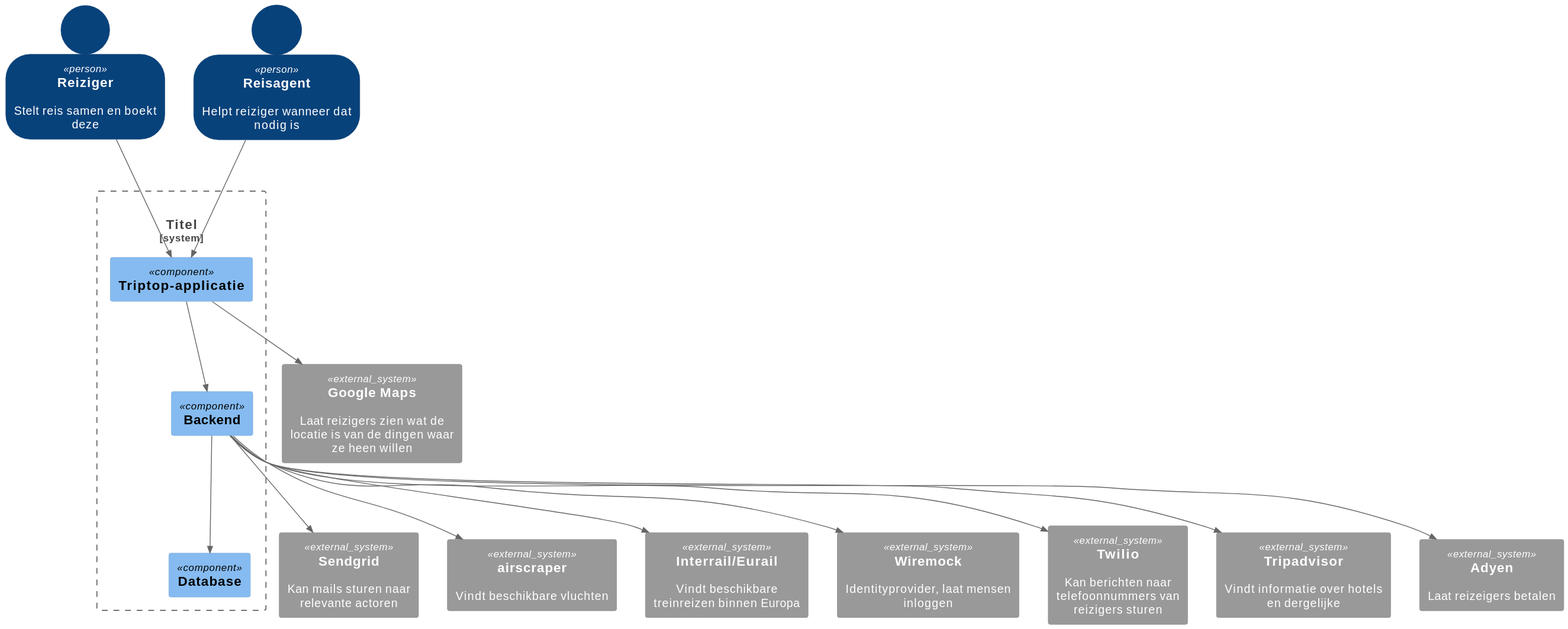
Above: Mike/Diagrammen/container_diagram-0.svg in AIM-ENE-feb25/triptop-dravende-dikdiks (PlantUML), before the change.
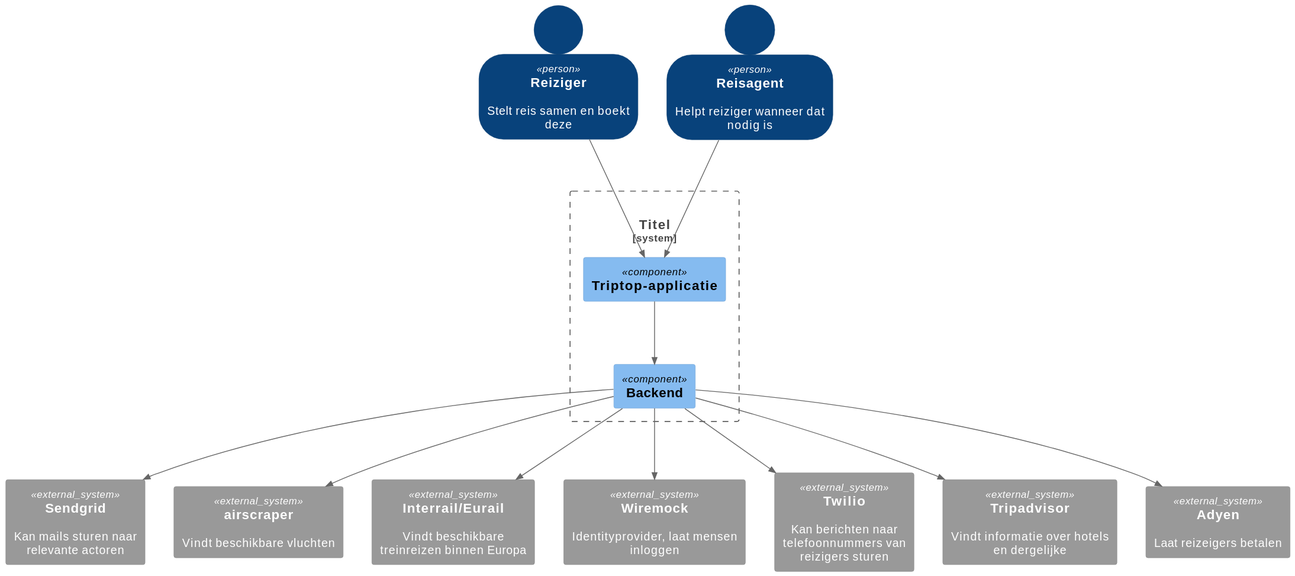
After the change.

The edit, as a diff of the source:
```diff
@@ -12,7 +12,6 @@
 System_Boundary("naam", "Titel"){
     Component("be", "Backend")
     Component("fe", "Triptop-applicatie")
-    Component("db", "Database")
 }
 
 System_Ext("sg", "Sendgrid", "Kan mails sturen naar relevante actoren")
@@ -22,13 +21,11 @@
 System_Ext("tw", "Twilio", "Kan berichten naar telefoonnummers van reizigers sturen")
 System_Ext("ta", "Tripadvisor", "Vindt informatie over hotels en dergelijke")
 System_Ext("ad", "Adyen", "Laat reizeigers betalen")
-System_Ext("gm", "Google Maps", "Laat reizigers zien wat de locatie is van de dingen waar ze heen willen")
 
 
 Rel("r", "fe", " ")
 Rel("ra", "fe", " ")
 Rel("fe", "be", " ")
-Rel("be", "db", " ")
 
 Rel("be", "sg", " ")
 Rel("be", "as", " ")
@@ -37,5 +34,4 @@
 Rel("be", "tw", " ")
 Rel("be", "ta", " ")
 Rel("be", "ad", " ")
-Rel("fe", "gm", " ")
 @enduml
```
